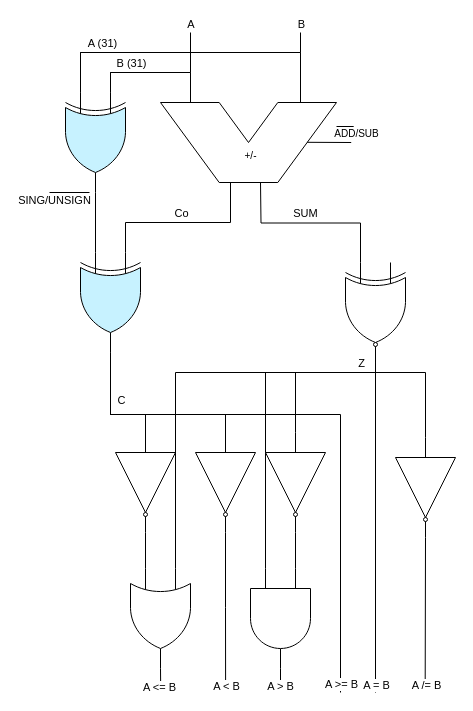
gabrielganzer/DLX-Microprocessor keeps this draw.io diagram as diagrams/comparator.drawio. Above is the earlier version. Source tidied: cells renumbered, new cells numbered last; positions are measured from the earlier drawing's top-left corner, leaving out a move shared by most shapes. Both pictures are drawn from the tidied source at 100%, with x=0, y=0 at pixel (45, 23).
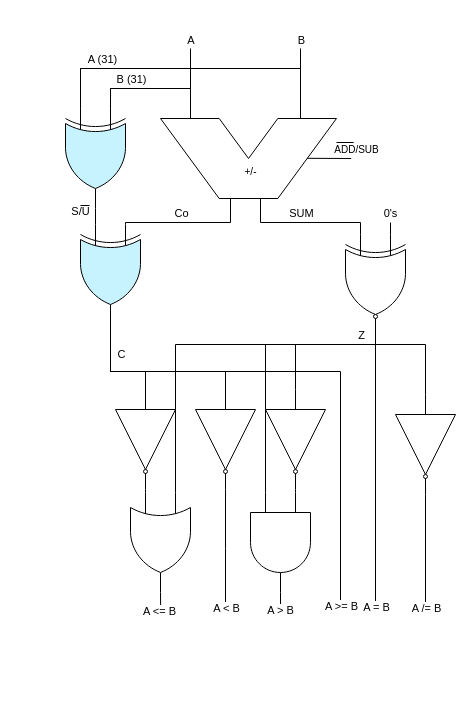
The same page after the edit.

Unchanged cells that the change refers to:
```xml
<mxCell id="47" style="edgeStyle=orthogonalEdgeStyle;rounded=0;jettySize=auto;html=1;exitX=1;exitY=0.5;exitDx=0;exitDy=0;exitPerimeter=0;entryX=0;entryY=0.75;entryDx=0;entryDy=0;entryPerimeter=0;endArrow=none;endFill=0;fontSize=11;" parent="1" edge="1" source="54" target="25">
  <mxGeometry relative="1" as="geometry" />
</mxCell>
```

Diff of the diagram source:
```diff
@@
     <mxCell id="3" style="verticalLabelPosition=bottom;shadow=0;dashed=0;align=center;html=1;verticalAlign=top;shape=mxgraph.electrical.logic_gates.buffer2;negating=1;rotation=90;" parent="1" vertex="1">
-      <mxGeometry x="50" y="429" width="100" height="60" as="geometry" />
+      <mxGeometry x="50" y="386" width="100" height="60" as="geometry" />
     </mxCell>
     <mxCell id="4" style="rounded=0;jettySize=auto;html=1;exitX=1;exitY=0.5;exitDx=0;exitDy=0;exitPerimeter=0;endArrow=none;endFill=0;" parent="1" edge="1" source="8">
       <mxGeometry relative="1" as="geometry">
-        <mxPoint x="235" y="665" as="targetPoint" />
+        <mxPoint x="235" y="589" as="targetPoint" />
       </mxGeometry>
     </mxCell>
@@
     <mxCell id="7" style="edgeStyle=orthogonalEdgeStyle;rounded=0;jettySize=auto;html=1;exitX=0;exitY=0.75;exitDx=0;exitDy=0;exitPerimeter=0;entryX=1;entryY=0.5;entryDx=0;entryDy=0;entryPerimeter=0;endArrow=none;endFill=0;fontSize=11;" parent="1" edge="1" source="8" target="30">
       <mxGeometry relative="1" as="geometry">
         <Array as="points">
-          <mxPoint x="220" y="349" />
-          <mxPoint x="330" y="349" />
+          <mxPoint x="220" y="321" />
+          <mxPoint x="330" y="321" />
         </Array>
       </mxGeometry>
     </mxCell>
     <mxCell id="8" style="verticalLabelPosition=bottom;shadow=0;dashed=0;align=center;html=1;verticalAlign=top;shape=mxgraph.electrical.logic_gates.logic_gate;operation=and;rotation=90;" parent="1" vertex="1">
-      <mxGeometry x="185" y="565" width="100" height="60" as="geometry" />
+      <mxGeometry x="185" y="489" width="100" height="60" as="geometry" />
     </mxCell>
     <mxCell id="9" style="edgeStyle=orthogonalEdgeStyle;rounded=0;jettySize=auto;html=1;exitX=1;exitY=0.5;exitDx=0;exitDy=0;exitPerimeter=0;endArrow=none;endFill=0;" parent="1" edge="1" source="12">
       <mxGeometry relative="1" as="geometry">
-        <mxPoint x="115.2" y="665" as="targetPoint" />
+        <mxPoint x="115.2" y="589" as="targetPoint" />
       </mxGeometry>
     </mxCell>
@@
     <mxCell id="11" style="edgeStyle=orthogonalEdgeStyle;rounded=0;jettySize=auto;html=1;exitX=0;exitY=0.25;exitDx=0;exitDy=0;exitPerimeter=0;entryX=1;entryY=0.5;entryDx=0;entryDy=0;entryPerimeter=0;endArrow=none;endFill=0;fontSize=11;" parent="1" edge="1" source="12" target="30">
       <mxGeometry relative="1" as="geometry">
         <Array as="points">
-          <mxPoint x="130" y="349" />
-          <mxPoint x="330" y="349" />
+          <mxPoint x="130" y="321" />
+          <mxPoint x="330" y="321" />
         </Array>
       </mxGeometry>
     </mxCell>
     <mxCell id="12" style="verticalLabelPosition=bottom;shadow=0;dashed=0;align=center;html=1;verticalAlign=top;shape=mxgraph.electrical.logic_gates.logic_gate;operation=or;rotation=90;" parent="1" vertex="1">
-      <mxGeometry x="65" y="565" width="100" height="60" as="geometry" />
+      <mxGeometry x="65" y="489" width="100" height="60" as="geometry" />
     </mxCell>
     <mxCell id="13" style="edgeStyle=orthogonalEdgeStyle;rounded=0;jettySize=auto;html=1;exitX=1;exitY=0.5;exitDx=0;exitDy=0;endArrow=none;endFill=0;fontSize=11;" parent="1" edge="1" source="16">
       <mxGeometry relative="1" as="geometry">
-        <mxPoint x="180.1" y="659" as="targetPoint" />
+        <mxPoint x="180" y="584" as="targetPoint" />
       </mxGeometry>
     </mxCell>
     <mxCell id="14" value="A &amp;lt; B" style="edgeLabel;html=1;align=center;verticalAlign=middle;fontSize=11;" parent="13" vertex="1">
       <mxGeometry x="0.99" y="-1" relative="1" as="geometry">
-        <mxPoint x="0.9" y="4.1" as="offset" />
+        <mxPoint x="1" y="0.6" as="offset" />
       </mxGeometry>
     </mxCell>
     <mxCell id="15" style="edgeStyle=orthogonalEdgeStyle;rounded=0;orthogonalLoop=1;jettySize=auto;html=1;exitX=0;exitY=0.5;exitDx=0;exitDy=0;entryX=1;entryY=0.5;entryDx=0;entryDy=0;entryPerimeter=0;endArrow=none;endFill=0;fontSize=11;" parent="1" edge="1">
       <mxGeometry relative="1" as="geometry">
-        <mxPoint x="180" y="411" as="sourcePoint" />
-        <mxPoint x="65" y="331" as="targetPoint" />
+        <mxPoint x="180" y="368" as="sourcePoint" />
+        <mxPoint x="65" y="288" as="targetPoint" />
         <Array as="points">
-          <mxPoint x="180" y="391" />
-          <mxPoint x="65" y="391" />
+          <mxPoint x="180" y="348" />
+          <mxPoint x="65" y="348" />
         </Array>
       </mxGeometry>
     </mxCell>
     <mxCell id="16" style="verticalLabelPosition=bottom;shadow=0;dashed=0;align=center;html=1;verticalAlign=top;shape=mxgraph.electrical.logic_gates.buffer2;negating=1;rotation=90;" parent="1" vertex="1">
-      <mxGeometry x="130" y="429" width="100" height="60" as="geometry" />
+      <mxGeometry x="130" y="386" width="100" height="60" as="geometry" />
     </mxCell>
     <mxCell id="17" style="edgeStyle=orthogonalEdgeStyle;rounded=0;jettySize=auto;html=1;exitX=0;exitY=0.5;exitDx=0;exitDy=0;entryX=1;entryY=0.5;entryDx=0;entryDy=0;entryPerimeter=0;endArrow=none;endFill=0;fontSize=11;" parent="1" edge="1" source="18" target="30">
       <mxGeometry relative="1" as="geometry">
         <Array as="points">
-          <mxPoint x="250" y="349" />
-          <mxPoint x="330" y="349" />
+          <mxPoint x="250" y="321" />
+          <mxPoint x="330" y="321" />
         </Array>
       </mxGeometry>
     </mxCell>
     <mxCell id="18" style="verticalLabelPosition=bottom;shadow=0;dashed=0;align=center;html=1;verticalAlign=top;shape=mxgraph.electrical.logic_gates.buffer2;negating=1;rotation=90;" parent="1" vertex="1">
-      <mxGeometry x="200" y="429" width="100" height="60" as="geometry" />
+      <mxGeometry x="200" y="386" width="100" height="60" as="geometry" />
     </mxCell>
     <mxCell id="19" style="edgeStyle=orthogonalEdgeStyle;rounded=0;orthogonalLoop=1;jettySize=auto;html=1;exitX=1;exitY=0.5;exitDx=0;exitDy=0;exitPerimeter=0;entryX=0;entryY=0.5;entryDx=0;entryDy=0;endArrow=none;endFill=0;fontSize=11;" parent="1" edge="1">
       <mxGeometry relative="1" as="geometry">
-        <mxPoint x="65" y="331" as="sourcePoint" />
-        <mxPoint x="100" y="411" as="targetPoint" />
+        <mxPoint x="65" y="288" as="sourcePoint" />
+        <mxPoint x="100" y="368" as="targetPoint" />
         <Array as="points">
-          <mxPoint x="65" y="391" />
-          <mxPoint x="100" y="391" />
+          <mxPoint x="65" y="348" />
+          <mxPoint x="100" y="348" />
         </Array>
       </mxGeometry>
     </mxCell>
     <mxCell id="20" style="edgeStyle=orthogonalEdgeStyle;rounded=0;orthogonalLoop=1;jettySize=auto;html=1;exitX=1;exitY=0.5;exitDx=0;exitDy=0;exitPerimeter=0;endArrow=none;endFill=0;fontSize=11;" parent="1" edge="1">
       <mxGeometry relative="1" as="geometry">
-        <mxPoint x="65" y="331" as="sourcePoint" />
-        <mxPoint x="295" y="669" as="targetPoint" />
+        <mxPoint x="65" y="288" as="sourcePoint" />
+        <mxPoint x="295" y="584" as="targetPoint" />
         <Array as="points">
-          <mxPoint x="65" y="391" />
-          <mxPoint x="295" y="391" />
+          <mxPoint x="65" y="348" />
+          <mxPoint x="295" y="348" />
         </Array>
       </mxGeometry>
     </mxCell>
     <mxCell id="21" value="A &amp;gt;= B" style="edgeLabel;html=1;align=center;verticalAlign=middle;fontSize=11;" parent="20" vertex="1">
       <mxGeometry x="0.97" relative="1" as="geometry">
-        <mxPoint y="0.3" as="offset" />
+        <mxPoint y="6.7" as="offset" />
       </mxGeometry>
     </mxCell>
@@
     <mxCell id="23" style="edgeStyle=orthogonalEdgeStyle;rounded=0;jettySize=auto;html=1;exitX=0;exitY=0.25;exitDx=0;exitDy=0;exitPerimeter=0;endArrow=none;endFill=0;fontSize=11;" parent="1" edge="1" source="25">
       <mxGeometry relative="1" as="geometry">
-        <mxPoint x="185" y="159" as="targetPoint" />
+        <mxPoint x="185" y="175" as="targetPoint" />
         <Array as="points">
           <mxPoint x="80" y="199" />
           <mxPoint x="185" y="199" />
         </Array>
       </mxGeometry>
     </mxCell>
-    <mxCell id="24" style="edgeStyle=orthogonalEdgeStyle;rounded=0;jettySize=auto;html=1;endArrow=none;endFill=0;fontSize=11;" parent="1" edge="1" source="25">
+    <mxCell id="24" style="edgeStyle=orthogonalEdgeStyle;rounded=0;orthogonalLoop=1;jettySize=auto;html=1;endArrow=none;endFill=0;fontSize=11;" parent="1" edge="1">
       <mxGeometry relative="1" as="geometry">
-        <mxPoint x="65" y="329" as="targetPoint" />
+        <mxPoint x="65" y="286" as="sourcePoint" />
+        <mxPoint x="65" y="286" as="targetPoint" />
       </mxGeometry>
     </mxCell>
     <mxCell id="25" style="verticalLabelPosition=bottom;shadow=0;dashed=0;align=center;html=1;verticalAlign=top;shape=mxgraph.electrical.logic_gates.logic_gate;operation=xor;fontSize=11;rotation=90;fillColor=#C7F2FF;" parent="1" vertex="1">
-      <mxGeometry x="15" y="249" width="100" height="60" as="geometry" />
+      <mxGeometry x="15" y="221" width="100" height="60" as="geometry" />
     </mxCell>
     <mxCell id="26" style="edgeStyle=none;rounded=0;jettySize=auto;html=1;exitX=1;exitY=0.5;exitDx=0;exitDy=0;exitPerimeter=0;endArrow=none;endFill=0;fontSize=11;" parent="1" edge="1" source="30">
       <mxGeometry relative="1" as="geometry">
-        <mxPoint x="330" y="669" as="targetPoint" />
+        <mxPoint x="330" y="589" as="targetPoint" />
       </mxGeometry>
     </mxCell>
     <mxCell id="27" value="A = B" style="edgeLabel;html=1;align=center;verticalAlign=middle;fontSize=11;" parent="26" vertex="1">
       <mxGeometry x="0.98" relative="1" as="geometry">
-        <mxPoint y="-4.2" as="offset" />
+        <mxPoint y="-2.6" as="offset" />
       </mxGeometry>
     </mxCell>
     <mxCell id="28" style="edgeStyle=orthogonalEdgeStyle;rounded=0;jettySize=auto;html=1;exitX=0;exitY=0.75;exitDx=0;exitDy=0;exitPerimeter=0;endArrow=none;endFill=0;fontSize=11;" parent="1" edge="1" source="30">
       <mxGeometry relative="1" as="geometry">
-        <mxPoint x="215" y="159" as="targetPoint" />
+        <mxPoint x="215" y="175" as="targetPoint" />
+        <Array as="points">
+          <mxPoint x="315" y="199" />
+          <mxPoint x="215" y="199" />
+        </Array>
       </mxGeometry>
     </mxCell>
@@
+    <mxCell id="61" style="edgeStyle=orthogonalEdgeStyle;rounded=0;jettySize=auto;html=1;exitX=0;exitY=0.25;exitDx=0;exitDy=0;exitPerimeter=0;endArrow=none;endFill=0;" parent="1" edge="1" source="30">
+      <mxGeometry relative="1" as="geometry">
+        <mxPoint x="345" y="199" as="targetPoint" />
+      </mxGeometry>
+    </mxCell>
+    <mxCell id="62" value="0's" style="edgeLabel;html=1;align=center;verticalAlign=middle;" parent="61" vertex="1">
+      <mxGeometry x="0.73" y="1" relative="1" as="geometry">
+        <mxPoint y="-11.5" as="offset" />
+      </mxGeometry>
+    </mxCell>
     <mxCell id="30" style="verticalLabelPosition=bottom;shadow=0;dashed=0;align=center;html=1;verticalAlign=top;shape=mxgraph.electrical.logic_gates.logic_gate;operation=xor;negating=1;fontSize=11;rotation=90;numInputs=2;" parent="1" vertex="1">
-      <mxGeometry x="280" y="259" width="100" height="60" as="geometry" />
+      <mxGeometry x="280" y="231" width="100" height="60" as="geometry" />
     </mxCell>
     <mxCell id="31" style="rounded=0;jettySize=auto;html=1;exitX=1;exitY=0.5;exitDx=0;exitDy=0;endArrow=none;endFill=0;fontSize=11;" parent="1" edge="1" source="34">
       <mxGeometry relative="1" as="geometry">
-        <mxPoint x="379.7" y="659" as="targetPoint" />
+        <mxPoint x="380" y="584" as="targetPoint" />
       </mxGeometry>
     </mxCell>
     <mxCell id="32" value="A /= B" style="edgeLabel;html=1;align=center;verticalAlign=middle;fontSize=11;" parent="31" vertex="1">
       <mxGeometry x="0.89" relative="1" as="geometry">
-        <mxPoint x="0.3" y="10.8" as="offset" />
+        <mxPoint y="6.1" as="offset" />
       </mxGeometry>
     </mxCell>
     <mxCell id="33" style="edgeStyle=orthogonalEdgeStyle;rounded=0;jettySize=auto;html=1;exitX=0;exitY=0.5;exitDx=0;exitDy=0;entryX=1;entryY=0.5;entryDx=0;entryDy=0;entryPerimeter=0;endArrow=none;endFill=0;fontSize=11;" parent="1" edge="1" source="34" target="30">
       <mxGeometry relative="1" as="geometry">
         <Array as="points">
-          <mxPoint x="380" y="349" />
-          <mxPoint x="330" y="349" />
+          <mxPoint x="380" y="321" />
+          <mxPoint x="330" y="321" />
         </Array>
       </mxGeometry>
     </mxCell>
     <mxCell id="34" style="verticalLabelPosition=bottom;shadow=0;dashed=0;align=center;html=1;verticalAlign=top;shape=mxgraph.electrical.logic_gates.buffer2;negating=1;rotation=90;" parent="1" vertex="1">
-      <mxGeometry x="330" y="434" width="100" height="60" as="geometry" />
+      <mxGeometry x="330" y="391" width="100" height="60" as="geometry" />
     </mxCell>
     <mxCell id="35" style="group;" parent="1" vertex="1">
-      <mxGeometry x="115" y="79" width="193.2" height="80" as="geometry" />
+      <mxGeometry x="115" y="95" width="193.2" height="80" as="geometry" />
     </mxCell>
@@
-    <mxCell id="48" value="SING/UNSIGN" style="edgeLabel;html=1;align=center;verticalAlign=middle;fontSize=11;" parent="47" vertex="1">
+    <mxCell id="48" value="S/U" style="edgeLabel;html=1;align=center;verticalAlign=middle;fontSize=11;" parent="47" vertex="1">
       <mxGeometry x="-0.76" y="-1" relative="1" as="geometry">
-        <mxPoint x="-41" as="offset" />
+        <mxPoint x="-15" as="offset" />
       </mxGeometry>
     </mxCell>
     <mxCell id="49" style="edgeStyle=orthogonalEdgeStyle;rounded=0;jettySize=auto;html=1;exitX=0;exitY=0.25;exitDx=0;exitDy=0;exitPerimeter=0;endArrow=none;endFill=0;fontSize=11;" parent="1" edge="1" source="54">
       <mxGeometry relative="1" as="geometry">
-        <mxPoint x="145" y="79" as="targetPoint" />
+        <mxPoint x="145" y="95" as="targetPoint" />
         <Array as="points">
-          <mxPoint x="65" y="49" />
-          <mxPoint x="145" y="49" />
+          <mxPoint x="65" y="65" />
+          <mxPoint x="145" y="65" />
         </Array>
       </mxGeometry>
     </mxCell>
     <mxCell id="50" style="edgeStyle=orthogonalEdgeStyle;rounded=0;jettySize=auto;html=1;exitX=0;exitY=0.75;exitDx=0;exitDy=0;exitPerimeter=0;endArrow=none;endFill=0;fontSize=11;" parent="1" edge="1" source="54">
       <mxGeometry relative="1" as="geometry">
-        <mxPoint x="265" y="79" as="targetPoint" />
+        <mxPoint x="265" y="95" as="targetPoint" />
         <Array as="points">
-          <mxPoint x="35" y="29" />
-          <mxPoint x="255" y="29" />
-          <mxPoint x="255" y="79" />
+          <mxPoint x="35" y="45" />
+          <mxPoint x="255" y="45" />
+          <mxPoint x="255" y="95" />
         </Array>
       </mxGeometry>
     </mxCell>
     <mxCell id="51" style="edgeStyle=orthogonalEdgeStyle;rounded=0;jettySize=auto;html=1;exitX=0;exitY=0.25;exitDx=0;exitDy=0;exitPerimeter=0;endArrow=none;endFill=0;fontSize=11;" parent="1" edge="1" source="54">
       <mxGeometry relative="1" as="geometry">
-        <mxPoint x="145" y="9" as="targetPoint" />
+        <mxPoint x="145" y="25" as="targetPoint" />
         <Array as="points">
-          <mxPoint x="65" y="49" />
-          <mxPoint x="145" y="49" />
+          <mxPoint x="65" y="65" />
+          <mxPoint x="145" y="65" />
         </Array>
       </mxGeometry>
     </mxCell>
     <mxCell id="52" style="edgeStyle=orthogonalEdgeStyle;rounded=0;jettySize=auto;html=1;exitX=0;exitY=0.75;exitDx=0;exitDy=0;exitPerimeter=0;endArrow=none;endFill=0;fontSize=11;" parent="1" edge="1" source="54">
       <mxGeometry relative="1" as="geometry">
-        <mxPoint x="255" y="9" as="targetPoint" />
+        <mxPoint x="255" y="25" as="targetPoint" />
         <Array as="points">
-          <mxPoint x="35" y="29" />
-          <mxPoint x="255" y="29" />
+          <mxPoint x="35" y="45" />
+          <mxPoint x="255" y="45" />
         </Array>
       </mxGeometry>
     </mxCell>
@@
     <mxCell id="54" style="verticalLabelPosition=bottom;shadow=0;dashed=0;align=center;html=1;verticalAlign=top;shape=mxgraph.electrical.logic_gates.logic_gate;operation=xor;fontSize=11;rotation=90;fillColor=#C7F2FF;" parent="1" vertex="1">
-      <mxGeometry y="89" width="100" height="60" as="geometry" />
+      <mxGeometry y="105" width="100" height="60" as="geometry" />
     </mxCell>
     <mxCell id="55" value="B (31)" style="edgeLabel;html=1;align=center;verticalAlign=middle;fontSize=11;" parent="1" vertex="1">
-      <mxGeometry x="85" y="39" as="geometry" />
+      <mxGeometry x="85" y="55" as="geometry" />
     </mxCell>
     <mxCell id="56" value="A&amp;nbsp;" style="edgeLabel;html=1;align=center;verticalAlign=middle;fontSize=11;" parent="1" vertex="1">
-      <mxGeometry x="146" as="geometry" />
+      <mxGeometry x="146" y="16" as="geometry" />
     </mxCell>
     <mxCell id="57" value="B" style="edgeLabel;html=1;align=center;verticalAlign=middle;fontSize=11;" parent="1" vertex="1">
-      <mxGeometry x="255" as="geometry" />
+      <mxGeometry x="255" y="16" as="geometry" />
     </mxCell>
@@
     <mxCell id="59" value="Z" style="edgeLabel;html=1;align=center;verticalAlign=middle;fontSize=11;" parent="1" vertex="1">
-      <mxGeometry x="315" y="339" as="geometry" />
+      <mxGeometry x="315" y="311" as="geometry" />
     </mxCell>
     <mxCell id="60" style="endArrow=none;html=1;fontSize=11;" parent="1" edge="1">
       <mxGeometry relative="1" as="geometry">
-        <mxPoint x="4" y="169" as="sourcePoint" />
-        <mxPoint x="44" y="169" as="targetPoint" />
+        <mxPoint x="35" y="182" as="sourcePoint" />
+        <mxPoint x="44" y="182" as="targetPoint" />
       </mxGeometry>
     </mxCell>
```
